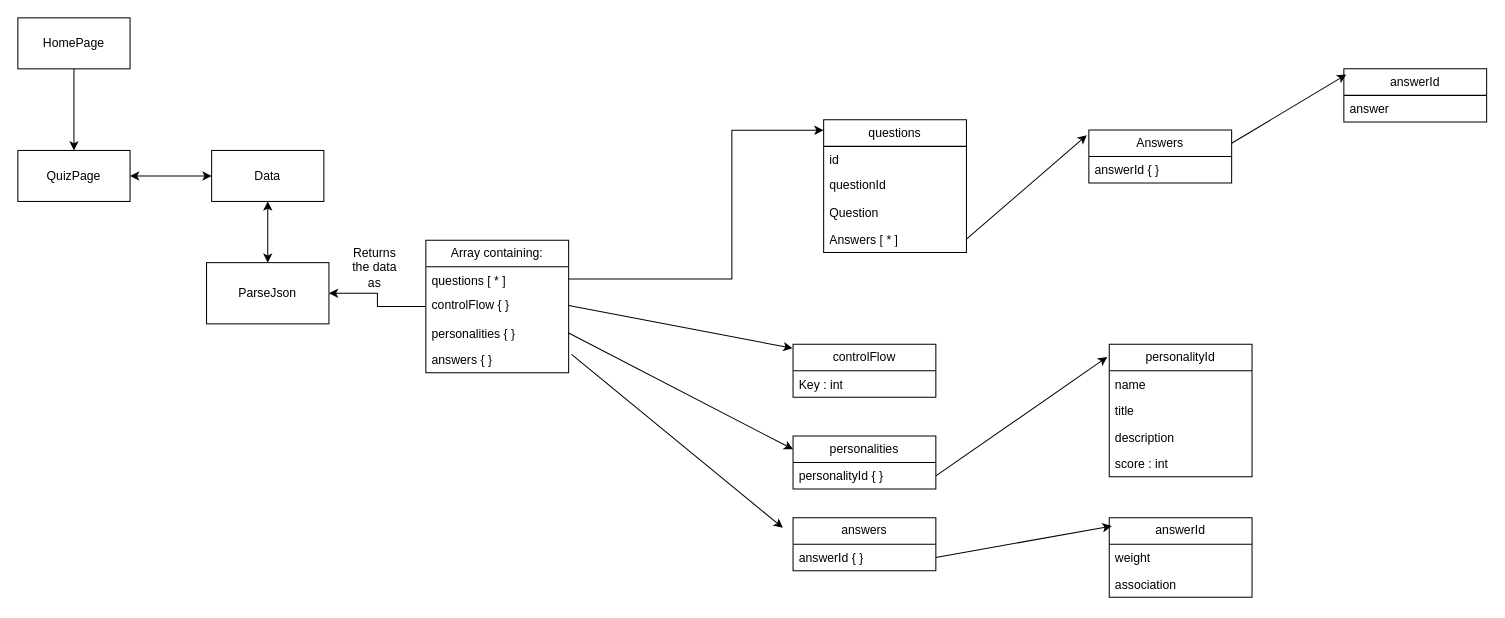
NightlyAffair/party-personality-nithvin keeps this draw.io diagram as Untitled Diagram.drawio. Above is the earlier version. Source tidied: cells renumbered, new cells numbered last; positions are measured from the earlier drawing's top-left corner, leaving out a move shared by most shapes. Both pictures are drawn from the tidied source at 102%, with x=0, y=0 at pixel (17, 17).
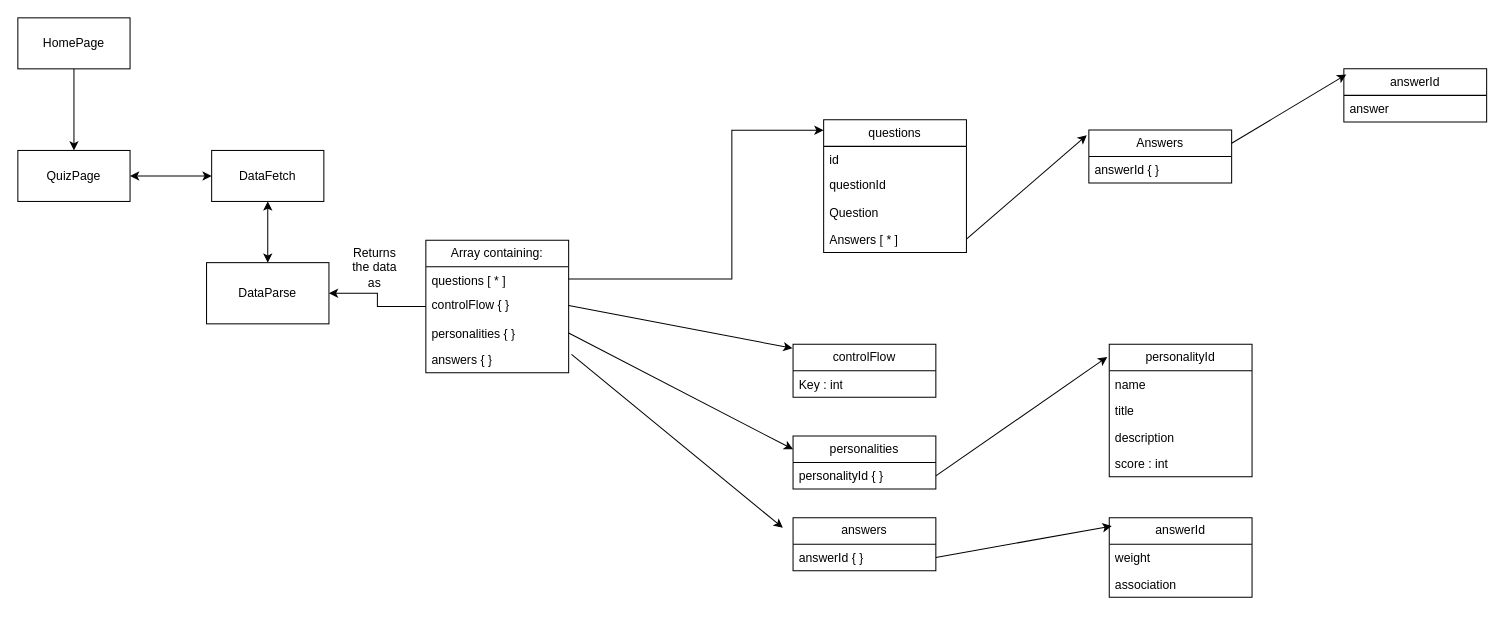
The same diagram, later.

The edit, as a diff of the source:
```diff
@@
-    <mxCell id="5" value="Data" style="html=1;whiteSpace=wrap;" parent="1" vertex="1">
+    <mxCell id="5" value="DataFetch" style="html=1;whiteSpace=wrap;" parent="1" vertex="1">
       <mxGeometry x="190" y="130" width="110" height="50" as="geometry" />
     </mxCell>
-    <mxCell id="6" value="ParseJson" style="whiteSpace=wrap;html=1;" parent="1" vertex="1">
+    <mxCell id="6" value="DataParse" style="whiteSpace=wrap;html=1;" parent="1" vertex="1">
       <mxGeometry x="185" y="240" width="120" height="60" as="geometry" />
     </mxCell>
```
